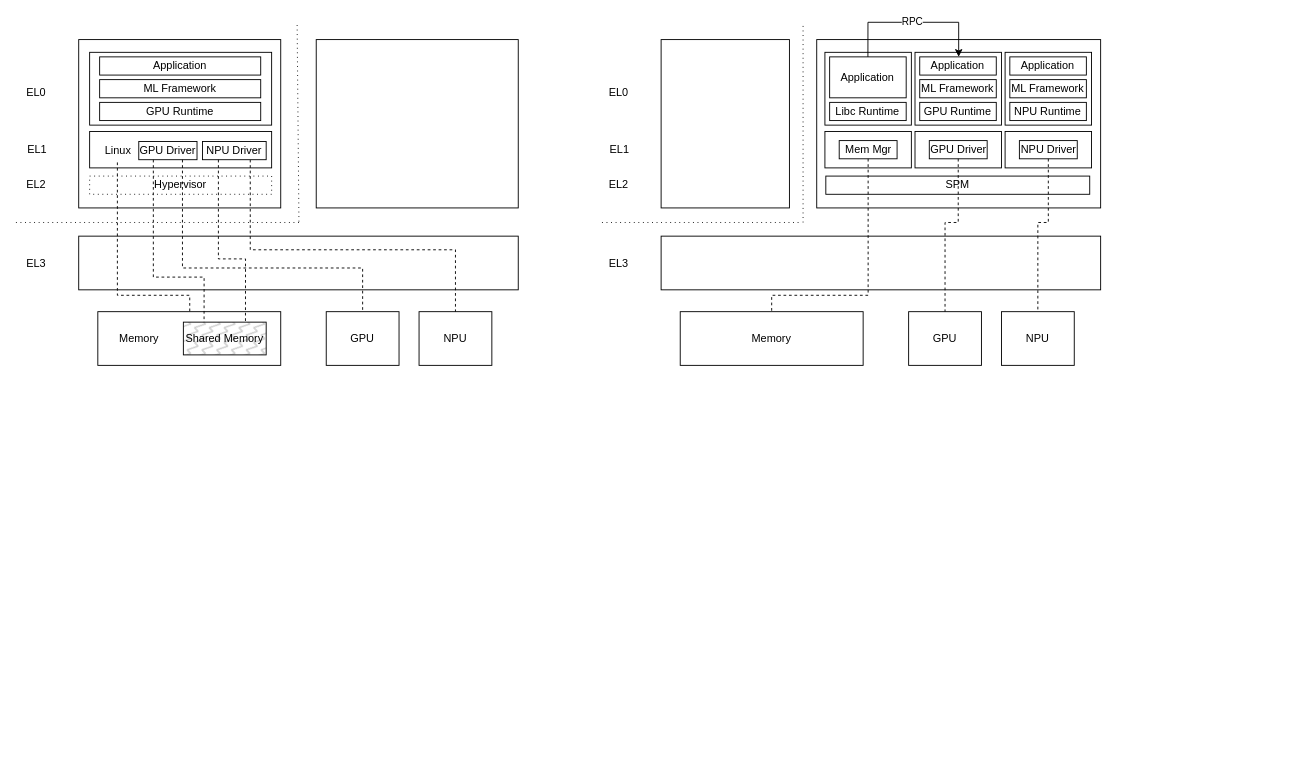
qianfei11/draw.io keeps this draw.io diagram as gpu-tee.drawio. Above is the earlier version. Source tidied: cells renumbered, new cells numbered last; positions are measured from the earlier drawing's top-left corner, leaving out a move shared by most shapes. Both pictures are drawn from the tidied source at 91%, with x=0, y=0 at pixel (15, 22).
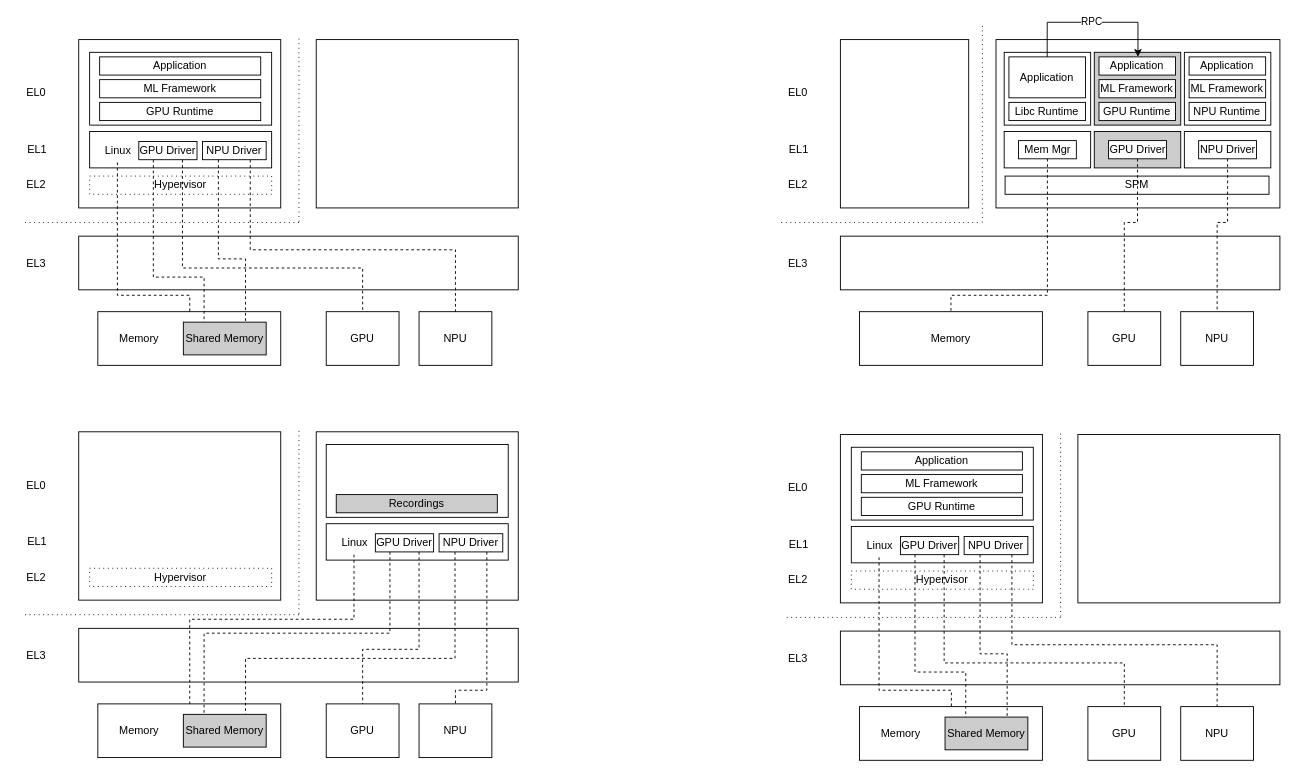
The same page after the edit.

Unchanged cells that the change refers to:
```xml
<mxCell id="38" value="GPU Driver" style="rounded=0;whiteSpace=wrap;html=1;fillStyle=auto;fillColor=#FFFFFF;" parent="35" vertex="1">
  <mxGeometry x="15.7" y="97" width="63.6" height="20" as="geometry" />
</mxCell>
<mxCell id="41" value="Application" style="rounded=0;whiteSpace=wrap;html=1;fillStyle=auto;fillColor=#FFFFFF;" parent="35" vertex="1">
  <mxGeometry x="5.2" y="5" width="84.1" height="20" as="geometry" />
</mxCell>
<mxCell id="45" value="NPU Driver" style="rounded=0;whiteSpace=wrap;html=1;fillStyle=auto;fillColor=#FFFFFF;" parent="42" vertex="1">
  <mxGeometry x="15.7" y="97" width="63.6" height="20" as="geometry" />
</mxCell>
<mxCell id="58" value="Mem Mgr" style="rounded=0;whiteSpace=wrap;html=1;fillStyle=auto;fillColor=#FFFFFF;" parent="55" vertex="1">
  <mxGeometry x="15.7" y="97" width="63.6" height="20" as="geometry" />
</mxCell>
<mxCell id="60" value="Application" style="rounded=0;whiteSpace=wrap;html=1;fillStyle=auto;fillColor=#FFFFFF;" parent="55" vertex="1">
  <mxGeometry x="5.2" y="5" width="84.1" height="45" as="geometry" />
</mxCell>
```

The edit, as a diff of the source:
```diff
@@
     <mxCell id="22" style="endArrow=none;dashed=1;html=1;rounded=0;dashPattern=1 4;" parent="1" edge="1">
       <mxGeometry relative="1" as="geometry">
         <mxPoint x="311" y="219" as="sourcePoint" />
-        <mxPoint x="309" as="targetPoint" />
+        <mxPoint x="311" y="16" as="targetPoint" />
       </mxGeometry>
     </mxCell>
     <mxCell id="23" style="endArrow=none;dashed=1;html=1;rounded=0;dashPattern=1 4;" parent="1" edge="1">
       <mxGeometry relative="1" as="geometry">
         <mxPoint x="311" y="220" as="sourcePoint" />
-        <mxPoint y="220" as="targetPoint" />
+        <mxPoint x="9" y="220" as="targetPoint" />
       </mxGeometry>
     </mxCell>
     <mxCell id="24" style="rounded=0;whiteSpace=wrap;html=1;" parent="1" vertex="1">
-      <mxGeometry x="880" y="19" width="312" height="185" as="geometry" />
+      <mxGeometry x="1077" y="19" width="312" height="185" as="geometry" />
     </mxCell>
     <mxCell id="25" style="rounded=0;whiteSpace=wrap;html=1;" parent="1" vertex="1">
-      <mxGeometry x="709" y="19" width="141" height="185" as="geometry" />
+      <mxGeometry x="906" y="19" width="141" height="185" as="geometry" />
     </mxCell>
     <mxCell id="26" value="EL1" style="text;html=1;align=center;verticalAlign=middle;strokeColor=none;fillColor=none;rounded=0;" parent="1" vertex="1">
-      <mxGeometry x="642.5" y="125" width="40" height="30" as="geometry" />
+      <mxGeometry x="839.5" y="125" width="40" height="30" as="geometry" />
     </mxCell>
     <mxCell id="27" value="EL0" style="text;html=1;align=center;verticalAlign=middle;strokeColor=none;fillColor=none;rounded=0;" parent="1" vertex="1">
-      <mxGeometry x="642" y="63" width="40" height="30" as="geometry" />
+      <mxGeometry x="839" y="63" width="40" height="30" as="geometry" />
     </mxCell>
     <mxCell id="28" value="EL2" style="text;html=1;align=center;verticalAlign=middle;strokeColor=none;fillColor=none;rounded=0;" parent="1" vertex="1">
-      <mxGeometry x="642" y="164" width="40" height="30" as="geometry" />
+      <mxGeometry x="839" y="164" width="40" height="30" as="geometry" />
     </mxCell>
     <mxCell id="29" value="EL3" style="text;html=1;align=center;verticalAlign=middle;strokeColor=none;fillColor=none;rounded=0;" parent="1" vertex="1">
-      <mxGeometry x="642" y="249.5" width="40" height="30" as="geometry" />
+      <mxGeometry x="839" y="249.5" width="40" height="30" as="geometry" />
     </mxCell>
     <mxCell id="30" style="rounded=0;whiteSpace=wrap;html=1;" parent="1" vertex="1">
-      <mxGeometry x="709" y="235" width="483" height="59" as="geometry" />
+      <mxGeometry x="906" y="235" width="483" height="59" as="geometry" />
     </mxCell>
     <mxCell id="31" value="Memory" style="rounded=0;whiteSpace=wrap;html=1;" parent="1" vertex="1">
-      <mxGeometry x="730" y="318" width="201" height="59" as="geometry" />
+      <mxGeometry x="927" y="318" width="201" height="59" as="geometry" />
     </mxCell>
     <mxCell id="32" value="GPU" style="rounded=0;whiteSpace=wrap;html=1;" parent="1" vertex="1">
-      <mxGeometry x="981" y="318" width="80" height="59" as="geometry" />
+      <mxGeometry x="1178" y="318" width="80" height="59" as="geometry" />
     </mxCell>
     <mxCell id="33" value="NPU" style="rounded=0;whiteSpace=wrap;html=1;" parent="1" vertex="1">
-      <mxGeometry x="1083" y="318" width="80" height="59" as="geometry" />
+      <mxGeometry x="1280" y="318" width="80" height="59" as="geometry" />
     </mxCell>
     <mxCell id="34" value="SPM" style="rounded=0;whiteSpace=wrap;html=1;" parent="1" vertex="1">
-      <mxGeometry x="890" y="169" width="290" height="20" as="geometry" />
+      <mxGeometry x="1087" y="169" width="290" height="20" as="geometry" />
     </mxCell>
     <mxCell id="35" style="group;" parent="1" vertex="1">
-      <mxGeometry x="988" y="33" width="95" height="127" as="geometry" />
+      <mxGeometry x="1185" y="33" width="95" height="127" as="geometry" />
     </mxCell>
-    <mxCell id="36" style="rounded=0;whiteSpace=wrap;html=1;" parent="35" vertex="1">
+    <mxCell id="36" style="rounded=0;whiteSpace=wrap;html=1;fillColor=#CCCCCC;" parent="35" vertex="1">
       <mxGeometry y="87" width="95" height="40" as="geometry" />
     </mxCell>
-    <mxCell id="37" style="rounded=0;whiteSpace=wrap;html=1;" parent="35" vertex="1">
+    <mxCell id="37" style="rounded=0;whiteSpace=wrap;html=1;fillColor=#CCCCCC;" parent="35" vertex="1">
       <mxGeometry width="95" height="80" as="geometry" />
     </mxCell>
@@
     <mxCell id="42" style="group;" parent="1" vertex="1">
-      <mxGeometry x="1087" y="33" width="95" height="127" as="geometry" />
+      <mxGeometry x="1284" y="33" width="95" height="127" as="geometry" />
     </mxCell>
@@
     <mxCell id="49" style="edgeStyle=orthogonalEdgeStyle;rounded=0;jettySize=auto;html=1;dashed=1;endArrow=none;endFill=0;" parent="1" edge="1" source="38" target="32">
       <mxGeometry relative="1" as="geometry">
         <Array as="points">
-          <mxPoint x="1036" y="220" />
-          <mxPoint x="1021" y="220" />
+          <mxPoint x="1233" y="220" />
+          <mxPoint x="1218" y="220" />
         </Array>
       </mxGeometry>
     </mxCell>
     <mxCell id="50" style="edgeStyle=orthogonalEdgeStyle;rounded=0;jettySize=auto;html=1;dashed=1;endArrow=none;endFill=0;" parent="1" edge="1" source="45" target="33">
       <mxGeometry relative="1" as="geometry">
         <Array as="points">
-          <mxPoint x="1135" y="220" />
-          <mxPoint x="1123" y="220" />
+          <mxPoint x="1332" y="220" />
+          <mxPoint x="1320" y="220" />
         </Array>
       </mxGeometry>
     </mxCell>
     <mxCell id="51" style="endArrow=none;dashed=1;html=1;rounded=0;dashPattern=1 4;" parent="1" edge="1">
       <mxGeometry relative="1" as="geometry">
-        <mxPoint x="865" y="220" as="sourcePoint" />
-        <mxPoint x="865" y="2" as="targetPoint" />
+        <mxPoint x="1062" y="220" as="sourcePoint" />
+        <mxPoint x="1062" y="2" as="targetPoint" />
       </mxGeometry>
     </mxCell>
     <mxCell id="52" style="endArrow=none;dashed=1;html=1;rounded=0;dashPattern=1 4;" parent="1" edge="1">
       <mxGeometry relative="1" as="geometry">
-        <mxPoint x="860" y="220" as="sourcePoint" />
-        <mxPoint x="640" y="220" as="targetPoint" />
+        <mxPoint x="1057" y="220" as="sourcePoint" />
+        <mxPoint x="837" y="220" as="targetPoint" />
       </mxGeometry>
     </mxCell>
@@
     <mxCell id="55" style="group;" parent="1" vertex="1">
-      <mxGeometry x="889" y="33" width="95" height="127" as="geometry" />
+      <mxGeometry x="1086" y="33" width="95" height="127" as="geometry" />
     </mxCell>
@@
     <mxCell id="61" style="edgeStyle=orthogonalEdgeStyle;rounded=0;jettySize=auto;html=1;dashed=1;endArrow=none;endFill=0;exitX=0.5;exitY=1;exitDx=0;exitDy=0;entryX=0.5;entryY=0;entryDx=0;entryDy=0;" parent="1" edge="1" source="58" target="31">
       <mxGeometry relative="1" as="geometry">
         <Array as="points">
-          <mxPoint x="937" y="300" />
-          <mxPoint x="831" y="300" />
+          <mxPoint x="1134" y="300" />
+          <mxPoint x="1028" y="300" />
         </Array>
       </mxGeometry>
     </mxCell>
     <mxCell id="62" style="edgeStyle=orthogonalEdgeStyle;rounded=0;jettySize=auto;html=1;exitX=0.5;exitY=0;exitDx=0;exitDy=0;" parent="1" edge="1" source="60" target="41">
       <mxGeometry relative="1" as="geometry">
         <Array as="points">
-          <mxPoint x="936" />
-          <mxPoint x="1036" />
+          <mxPoint x="1133" />
+          <mxPoint x="1233" />
         </Array>
       </mxGeometry>
     </mxCell>
@@
-    <mxCell id="65" value="Shared Memory" style="rounded=0;whiteSpace=wrap;html=1;fillStyle=zigzag-line;fillColor=#CCCCCC;gradientColor=none;" parent="1" vertex="1">
+    <mxCell id="65" value="Shared Memory" style="rounded=0;whiteSpace=wrap;html=1;fillStyle=auto;fillColor=#CCCCCC;gradientColor=none;" parent="1" vertex="1">
       <mxGeometry x="184" y="329.5" width="91" height="36" as="geometry" />
     </mxCell>
@@
+    <mxCell id="68" style="rounded=0;whiteSpace=wrap;html=1;" parent="1" vertex="1">
+      <mxGeometry x="330" y="450" width="222" height="185" as="geometry" />
+    </mxCell>
+    <mxCell id="69" style="rounded=0;whiteSpace=wrap;html=1;" parent="1" vertex="1">
+      <mxGeometry x="69" y="450" width="222" height="185" as="geometry" />
+    </mxCell>
+    <mxCell id="70" style="rounded=0;whiteSpace=wrap;html=1;" parent="1" vertex="1">
+      <mxGeometry x="341" y="551" width="200" height="40" as="geometry" />
+    </mxCell>
+    <mxCell id="71" style="rounded=0;whiteSpace=wrap;html=1;" parent="1" vertex="1">
+      <mxGeometry x="341" y="464" width="200" height="80" as="geometry" />
+    </mxCell>
+    <mxCell id="72" value="GPU Driver" style="rounded=0;whiteSpace=wrap;html=1;fillStyle=auto;fillColor=#FFFFFF;" parent="1" vertex="1">
+      <mxGeometry x="395" y="562" width="64" height="20" as="geometry" />
+    </mxCell>
+    <mxCell id="73" value="EL1" style="text;html=1;align=center;verticalAlign=middle;strokeColor=none;fillColor=none;rounded=0;" parent="1" vertex="1">
+      <mxGeometry x="2.5" y="556" width="40" height="30" as="geometry" />
+    </mxCell>
+    <mxCell id="74" value="EL0" style="text;html=1;align=center;verticalAlign=middle;strokeColor=none;fillColor=none;rounded=0;" parent="1" vertex="1">
+      <mxGeometry x="2" y="494" width="40" height="30" as="geometry" />
+    </mxCell>
+    <mxCell id="75" value="Hypervisor" style="rounded=0;whiteSpace=wrap;html=1;dashed=1;dashPattern=1 4;" parent="1" vertex="1">
+      <mxGeometry x="81" y="600" width="200" height="20" as="geometry" />
+    </mxCell>
+    <mxCell id="76" value="EL2" style="text;html=1;align=center;verticalAlign=middle;strokeColor=none;fillColor=none;rounded=0;" parent="1" vertex="1">
+      <mxGeometry x="2" y="595" width="40" height="30" as="geometry" />
+    </mxCell>
+    <mxCell id="77" value="EL3" style="text;html=1;align=center;verticalAlign=middle;strokeColor=none;fillColor=none;rounded=0;" parent="1" vertex="1">
+      <mxGeometry x="2" y="680.5" width="40" height="30" as="geometry" />
+    </mxCell>
+    <mxCell id="78" value="Recordings" style="rounded=0;whiteSpace=wrap;html=1;fillStyle=auto;fillColor=#CCCCCC;" parent="1" vertex="1">
+      <mxGeometry x="352" y="519" width="177" height="20" as="geometry" />
+    </mxCell>
+    <mxCell id="79" style="rounded=0;whiteSpace=wrap;html=1;" parent="1" vertex="1">
+      <mxGeometry x="69" y="666" width="483" height="59" as="geometry" />
+    </mxCell>
+    <mxCell id="80" style="rounded=0;whiteSpace=wrap;html=1;" parent="1" vertex="1">
+      <mxGeometry x="90" y="749" width="201" height="59" as="geometry" />
+    </mxCell>
+    <mxCell id="81" value="GPU" style="rounded=0;whiteSpace=wrap;html=1;" parent="1" vertex="1">
+      <mxGeometry x="341" y="749" width="80" height="59" as="geometry" />
+    </mxCell>
+    <mxCell id="82" value="NPU" style="rounded=0;whiteSpace=wrap;html=1;" parent="1" vertex="1">
+      <mxGeometry x="443" y="749" width="80" height="59" as="geometry" />
+    </mxCell>
+    <mxCell id="83" style="edgeStyle=orthogonalEdgeStyle;rounded=0;jettySize=auto;html=1;dashed=1;endArrow=none;endFill=0;" parent="1" edge="1" source="84" target="80">
+      <mxGeometry relative="1" as="geometry">
+        <Array as="points">
+          <mxPoint x="372" y="656" />
+          <mxPoint x="191" y="656" />
+        </Array>
+      </mxGeometry>
+    </mxCell>
+    <mxCell id="84" value="Linux" style="text;html=1;align=center;verticalAlign=middle;points=[];strokeColor=none;fillColor=none;rounded=0;" parent="1" vertex="1">
+      <mxGeometry x="348" y="559" width="47" height="26" as="geometry" />
+    </mxCell>
+    <mxCell id="85" style="edgeStyle=orthogonalEdgeStyle;rounded=0;jettySize=auto;html=1;dashed=1;endArrow=none;endFill=0;exitX=0.75;exitY=1;exitDx=0;exitDy=0;" parent="1" edge="1" source="88" target="82">
+      <mxGeometry relative="1" as="geometry">
+        <Array as="points">
+          <mxPoint x="518" y="734" />
+          <mxPoint x="483" y="734" />
+        </Array>
+      </mxGeometry>
+    </mxCell>
+    <mxCell id="86" style="endArrow=none;dashed=1;html=1;rounded=0;dashPattern=1 4;" parent="1" edge="1">
+      <mxGeometry relative="1" as="geometry">
+        <mxPoint x="311" y="650" as="sourcePoint" />
+        <mxPoint x="311" y="447" as="targetPoint" />
+      </mxGeometry>
+    </mxCell>
+    <mxCell id="87" style="endArrow=none;dashed=1;html=1;rounded=0;dashPattern=1 4;" parent="1" edge="1">
+      <mxGeometry relative="1" as="geometry">
+        <mxPoint x="311" y="651" as="sourcePoint" />
+        <mxPoint x="9" y="651" as="targetPoint" />
+      </mxGeometry>
+    </mxCell>
+    <mxCell id="88" value="NPU Driver" style="rounded=0;whiteSpace=wrap;html=1;fillStyle=auto;fillColor=#FFFFFF;" parent="1" vertex="1">
+      <mxGeometry x="465" y="562" width="70" height="20" as="geometry" />
+    </mxCell>
+    <mxCell id="89" style="edgeStyle=orthogonalEdgeStyle;rounded=0;jettySize=auto;html=1;dashed=1;endArrow=none;endFill=0;exitX=0.75;exitY=1;exitDx=0;exitDy=0;entryX=0.5;entryY=0;entryDx=0;entryDy=0;" parent="1" edge="1" source="72" target="81">
+      <mxGeometry relative="1" as="geometry">
+        <Array as="points">
+          <mxPoint x="443" y="689" />
+          <mxPoint x="381" y="689" />
+        </Array>
+      </mxGeometry>
+    </mxCell>
+    <mxCell id="90" value="Memory" style="text;html=1;align=center;verticalAlign=middle;strokeColor=none;fillColor=none;" parent="1" vertex="1">
+      <mxGeometry x="100" y="763.5" width="70" height="30" as="geometry" />
+    </mxCell>
+    <mxCell id="91" value="Shared Memory" style="rounded=0;whiteSpace=wrap;html=1;fillStyle=auto;fillColor=#CCCCCC;gradientColor=none;" parent="1" vertex="1">
+      <mxGeometry x="184" y="760.5" width="91" height="36" as="geometry" />
+    </mxCell>
+    <mxCell id="92" style="edgeStyle=orthogonalEdgeStyle;rounded=0;jettySize=auto;html=1;dashed=1;endArrow=none;endFill=0;exitX=0.25;exitY=1;exitDx=0;exitDy=0;entryX=0.25;entryY=0;entryDx=0;entryDy=0;" parent="1" edge="1" source="72" target="91">
+      <mxGeometry relative="1" as="geometry" />
+    </mxCell>
+    <mxCell id="93" style="edgeStyle=orthogonalEdgeStyle;rounded=0;jettySize=auto;html=1;dashed=1;endArrow=none;endFill=0;exitX=0.25;exitY=1;exitDx=0;exitDy=0;entryX=0.75;entryY=0;entryDx=0;entryDy=0;" parent="1" edge="1" source="88" target="91">
+      <mxGeometry relative="1" as="geometry">
+        <Array as="points">
+          <mxPoint x="483" y="699" />
+          <mxPoint x="252" y="699" />
+        </Array>
+      </mxGeometry>
+    </mxCell>
+    <mxCell id="94" style="rounded=0;whiteSpace=wrap;html=1;" parent="1" vertex="1">
+      <mxGeometry x="1167" y="453" width="222" height="185" as="geometry" />
+    </mxCell>
+    <mxCell id="95" style="rounded=0;whiteSpace=wrap;html=1;" parent="1" vertex="1">
+      <mxGeometry x="906" y="453" width="222" height="185" as="geometry" />
+    </mxCell>
+    <mxCell id="96" style="rounded=0;whiteSpace=wrap;html=1;" parent="1" vertex="1">
+      <mxGeometry x="918" y="554" width="200" height="40" as="geometry" />
+    </mxCell>
+    <mxCell id="97" style="rounded=0;whiteSpace=wrap;html=1;" parent="1" vertex="1">
+      <mxGeometry x="918" y="467" width="200" height="80" as="geometry" />
+    </mxCell>
+    <mxCell id="98" value="GPU Driver" style="rounded=0;whiteSpace=wrap;html=1;fillStyle=auto;fillColor=#FFFFFF;" parent="1" vertex="1">
+      <mxGeometry x="972" y="565" width="64" height="20" as="geometry" />
+    </mxCell>
+    <mxCell id="99" value="EL1" style="text;html=1;align=center;verticalAlign=middle;strokeColor=none;fillColor=none;rounded=0;" parent="1" vertex="1">
+      <mxGeometry x="839.5" y="559" width="40" height="30" as="geometry" />
+    </mxCell>
+    <mxCell id="100" value="EL0" style="text;html=1;align=center;verticalAlign=middle;strokeColor=none;fillColor=none;rounded=0;" parent="1" vertex="1">
+      <mxGeometry x="839" y="497" width="40" height="30" as="geometry" />
+    </mxCell>
+    <mxCell id="101" value="Hypervisor" style="rounded=0;whiteSpace=wrap;html=1;dashed=1;dashPattern=1 4;" parent="1" vertex="1">
+      <mxGeometry x="918" y="603" width="200" height="20" as="geometry" />
+    </mxCell>
+    <mxCell id="102" value="EL2" style="text;html=1;align=center;verticalAlign=middle;strokeColor=none;fillColor=none;rounded=0;" parent="1" vertex="1">
+      <mxGeometry x="839" y="598" width="40" height="30" as="geometry" />
+    </mxCell>
+    <mxCell id="103" value="EL3" style="text;html=1;align=center;verticalAlign=middle;strokeColor=none;fillColor=none;rounded=0;" parent="1" vertex="1">
+      <mxGeometry x="839" y="683.5" width="40" height="30" as="geometry" />
+    </mxCell>
+    <mxCell id="104" value="ML Framework" style="rounded=0;whiteSpace=wrap;html=1;fillStyle=auto;fillColor=#FFFFFF;" parent="1" vertex="1">
+      <mxGeometry x="929" y="497" width="177" height="20" as="geometry" />
+    </mxCell>
+    <mxCell id="105" value="GPU Runtime" style="rounded=0;whiteSpace=wrap;html=1;fillStyle=auto;fillColor=#FFFFFF;" parent="1" vertex="1">
+      <mxGeometry x="929" y="522" width="177" height="20" as="geometry" />
+    </mxCell>
+    <mxCell id="106" value="Application" style="rounded=0;whiteSpace=wrap;html=1;fillStyle=auto;fillColor=#FFFFFF;" parent="1" vertex="1">
+      <mxGeometry x="929" y="472" width="177" height="20" as="geometry" />
+    </mxCell>
+    <mxCell id="107" style="rounded=0;whiteSpace=wrap;html=1;" parent="1" vertex="1">
+      <mxGeometry x="906" y="669" width="483" height="59" as="geometry" />
+    </mxCell>
+    <mxCell id="108" style="rounded=0;whiteSpace=wrap;html=1;" parent="1" vertex="1">
+      <mxGeometry x="927" y="752" width="201" height="59" as="geometry" />
+    </mxCell>
+    <mxCell id="109" value="GPU" style="rounded=0;whiteSpace=wrap;html=1;" parent="1" vertex="1">
+      <mxGeometry x="1178" y="752" width="80" height="59" as="geometry" />
+    </mxCell>
+    <mxCell id="110" value="NPU" style="rounded=0;whiteSpace=wrap;html=1;" parent="1" vertex="1">
+      <mxGeometry x="1280" y="752" width="80" height="59" as="geometry" />
+    </mxCell>
+    <mxCell id="111" style="edgeStyle=orthogonalEdgeStyle;rounded=0;jettySize=auto;html=1;dashed=1;endArrow=none;endFill=0;" parent="1" edge="1" source="112" target="108">
+      <mxGeometry relative="1" as="geometry">
+        <Array as="points">
+          <mxPoint x="949" y="734" />
+          <mxPoint x="1028" y="734" />
+        </Array>
+      </mxGeometry>
+    </mxCell>
+    <mxCell id="112" value="Linux" style="text;html=1;align=center;verticalAlign=middle;points=[];strokeColor=none;fillColor=none;rounded=0;" parent="1" vertex="1">
+      <mxGeometry x="925" y="562" width="47" height="26" as="geometry" />
+    </mxCell>
+    <mxCell id="113" style="edgeStyle=orthogonalEdgeStyle;rounded=0;jettySize=auto;html=1;dashed=1;endArrow=none;endFill=0;exitX=0.75;exitY=1;exitDx=0;exitDy=0;" parent="1" edge="1" source="116" target="110">
+      <mxGeometry relative="1" as="geometry">
+        <Array as="points">
+          <mxPoint x="1095" y="684" />
+          <mxPoint x="1320" y="684" />
+        </Array>
+      </mxGeometry>
+    </mxCell>
+    <mxCell id="114" style="endArrow=none;dashed=1;html=1;rounded=0;dashPattern=1 4;" parent="1" edge="1">
+      <mxGeometry relative="1" as="geometry">
+        <mxPoint x="1148" y="653" as="sourcePoint" />
+        <mxPoint x="1148" y="450" as="targetPoint" />
+      </mxGeometry>
+    </mxCell>
+    <mxCell id="115" style="endArrow=none;dashed=1;html=1;rounded=0;dashPattern=1 4;" parent="1" edge="1">
+      <mxGeometry relative="1" as="geometry">
+        <mxPoint x="1148" y="654" as="sourcePoint" />
+        <mxPoint x="846" y="654" as="targetPoint" />
+      </mxGeometry>
+    </mxCell>
+    <mxCell id="116" value="NPU Driver" style="rounded=0;whiteSpace=wrap;html=1;fillStyle=auto;fillColor=#FFFFFF;" parent="1" vertex="1">
+      <mxGeometry x="1042" y="565" width="70" height="20" as="geometry" />
+    </mxCell>
+    <mxCell id="117" style="edgeStyle=orthogonalEdgeStyle;rounded=0;jettySize=auto;html=1;dashed=1;endArrow=none;endFill=0;exitX=0.75;exitY=1;exitDx=0;exitDy=0;entryX=0.5;entryY=0;entryDx=0;entryDy=0;" parent="1" edge="1" source="98" target="109">
+      <mxGeometry relative="1" as="geometry">
+        <Array as="points">
+          <mxPoint x="1020" y="704" />
+          <mxPoint x="1218" y="704" />
+        </Array>
+      </mxGeometry>
+    </mxCell>
+    <mxCell id="118" value="Memory" style="text;html=1;align=center;verticalAlign=middle;strokeColor=none;fillColor=none;" parent="1" vertex="1">
+      <mxGeometry x="937" y="766.5" width="70" height="30" as="geometry" />
+    </mxCell>
+    <mxCell id="119" value="Shared Memory" style="rounded=0;whiteSpace=wrap;html=1;fillStyle=auto;fillColor=#CCCCCC;gradientColor=none;" parent="1" vertex="1">
+      <mxGeometry x="1021" y="763.5" width="91" height="36" as="geometry" />
+    </mxCell>
+    <mxCell id="120" style="edgeStyle=orthogonalEdgeStyle;rounded=0;jettySize=auto;html=1;dashed=1;endArrow=none;endFill=0;exitX=0.25;exitY=1;exitDx=0;exitDy=0;entryX=0.25;entryY=0;entryDx=0;entryDy=0;" parent="1" edge="1" source="98" target="119">
+      <mxGeometry relative="1" as="geometry">
+        <Array as="points">
+          <mxPoint x="988" y="714" />
+          <mxPoint x="1044" y="714" />
+        </Array>
+      </mxGeometry>
+    </mxCell>
+    <mxCell id="121" style="edgeStyle=orthogonalEdgeStyle;rounded=0;jettySize=auto;html=1;dashed=1;endArrow=none;endFill=0;exitX=0.25;exitY=1;exitDx=0;exitDy=0;entryX=0.75;entryY=0;entryDx=0;entryDy=0;" parent="1" edge="1" source="116" target="119">
+      <mxGeometry relative="1" as="geometry">
+        <Array as="points">
+          <mxPoint x="1060" y="694" />
+          <mxPoint x="1089" y="694" />
+        </Array>
+      </mxGeometry>
+    </mxCell>
```
